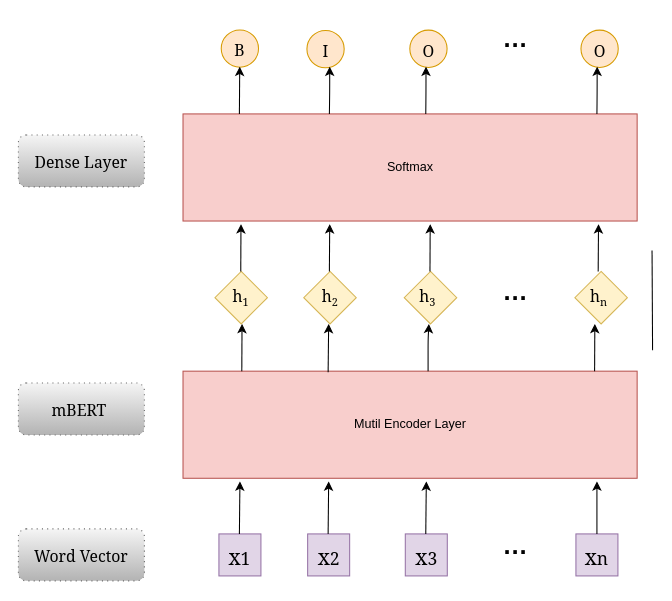
The draw.io diagram BiLSTM-CRF.drawio in yhx123hero/CyberspaceSecurity_NER, before the edit. Source tidied: cells renumbered, new cells numbered last; positions are measured from the earlier drawing's top-left corner, leaving out a move shared by most shapes. Both pictures are drawn from the tidied source at 105%, with x=0, y=0 at pixel (18, 18).
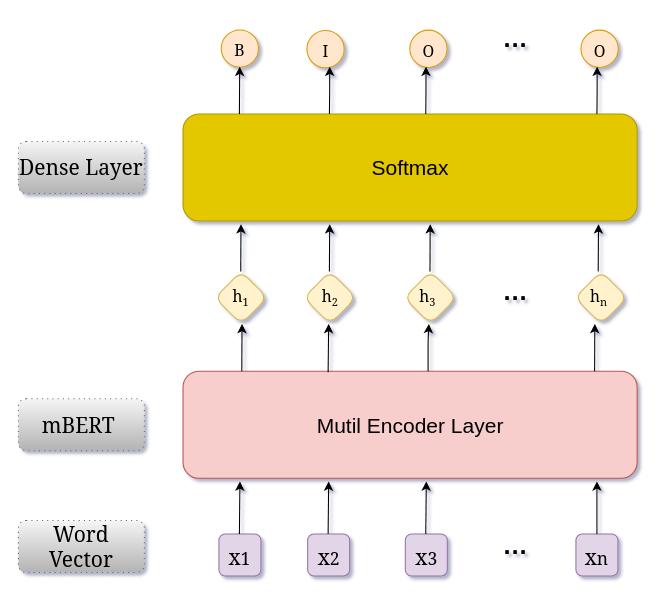
Above is the later version.

What changed in the source:
```diff
@@
-<mxGraphModel>
+<mxGraphModel shadow="1">
@@
-    <mxCell id="2" value="Mutil Encoder Layer" style="rounded=0;whiteSpace=wrap;html=1;fillColor=#f8cecc;strokeColor=#b85450;" parent="1" vertex="1">
+    <mxCell id="2" value="&lt;font style=&quot;font-size: 20px&quot;&gt;Mutil Encoder Layer&lt;/font&gt;" style="whiteSpace=wrap;html=1;fillColor=#f8cecc;strokeColor=#b85450;rounded=1;" parent="1" vertex="1">
       <mxGeometry x="156.8" y="336" width="432.5" height="102" as="geometry" />
     </mxCell>
-    <mxCell id="3" style="whiteSpace=wrap;html=1;labelBackgroundColor=none;fontFamily=Georgia;fontSize=20;fillColor=#e1d5e7;strokeColor=#9673a6;" parent="1" vertex="1">
+    <mxCell id="3" style="whiteSpace=wrap;html=1;labelBackgroundColor=none;fontFamily=Georgia;fontSize=20;fillColor=#e1d5e7;strokeColor=#9673a6;rounded=1;" parent="1" vertex="1">
       <mxGeometry x="191" y="491" width="40" height="40" as="geometry" />
     </mxCell>
-    <mxCell id="4" value="&lt;sub&gt;&lt;span style=&quot;font-size: 20px&quot;&gt;x&lt;/span&gt;1&lt;/sub&gt;" style="text;html=1;strokeColor=none;fillColor=none;align=center;verticalAlign=middle;whiteSpace=wrap;rounded=0;labelBackgroundColor=none;fontFamily=Georgia;fontSize=20;" parent="1" vertex="1">
+    <mxCell id="4" value="&lt;sub&gt;&lt;span style=&quot;font-size: 20px&quot;&gt;x&lt;/span&gt;1&lt;/sub&gt;" style="text;html=1;strokeColor=none;fillColor=none;align=center;verticalAlign=middle;whiteSpace=wrap;labelBackgroundColor=none;fontFamily=Georgia;fontSize=20;rounded=1;" parent="1" vertex="1">
       <mxGeometry x="191" y="501" width="40" height="20" as="geometry" />
     </mxCell>
-    <mxCell id="5" style="whiteSpace=wrap;html=1;labelBackgroundColor=none;fontFamily=Georgia;fontSize=20;fillColor=#e1d5e7;strokeColor=#9673a6;" parent="1" vertex="1">
+    <mxCell id="5" style="whiteSpace=wrap;html=1;labelBackgroundColor=none;fontFamily=Georgia;fontSize=20;fillColor=#e1d5e7;strokeColor=#9673a6;rounded=1;" parent="1" vertex="1">
       <mxGeometry x="275.5" y="491" width="40" height="40" as="geometry" />
     </mxCell>
-    <mxCell id="6" value="&lt;sub&gt;&lt;span style=&quot;font-size: 20px&quot;&gt;x&lt;/span&gt;&lt;span style=&quot;font-size: 16.6667px&quot;&gt;2&lt;/span&gt;&lt;/sub&gt;" style="text;html=1;strokeColor=none;fillColor=none;align=center;verticalAlign=middle;whiteSpace=wrap;rounded=0;labelBackgroundColor=none;fontFamily=Georgia;fontSize=20;" parent="1" vertex="1">
+    <mxCell id="6" value="&lt;sub&gt;&lt;span style=&quot;font-size: 20px&quot;&gt;x&lt;/span&gt;&lt;span style=&quot;font-size: 16.6667px&quot;&gt;2&lt;/span&gt;&lt;/sub&gt;" style="text;html=1;strokeColor=none;fillColor=none;align=center;verticalAlign=middle;whiteSpace=wrap;labelBackgroundColor=none;fontFamily=Georgia;fontSize=20;rounded=1;" parent="1" vertex="1">
       <mxGeometry x="275.5" y="501" width="40" height="20" as="geometry" />
     </mxCell>
-    <mxCell id="7" style="whiteSpace=wrap;html=1;labelBackgroundColor=none;fontFamily=Georgia;fontSize=20;fillColor=#e1d5e7;strokeColor=#9673a6;" parent="1" vertex="1">
+    <mxCell id="7" style="whiteSpace=wrap;html=1;labelBackgroundColor=none;fontFamily=Georgia;fontSize=20;fillColor=#e1d5e7;strokeColor=#9673a6;rounded=1;" parent="1" vertex="1">
       <mxGeometry x="368.5" y="491" width="40" height="40" as="geometry" />
     </mxCell>
-    <mxCell id="8" value="&lt;sub&gt;&lt;span style=&quot;font-size: 20px&quot;&gt;x&lt;/span&gt;&lt;span style=&quot;font-size: 16.6667px&quot;&gt;3&lt;/span&gt;&lt;/sub&gt;" style="text;html=1;strokeColor=none;fillColor=none;align=center;verticalAlign=middle;whiteSpace=wrap;rounded=0;labelBackgroundColor=none;fontFamily=Georgia;fontSize=20;" parent="1" vertex="1">
+    <mxCell id="8" value="&lt;sub&gt;&lt;span style=&quot;font-size: 20px&quot;&gt;x&lt;/span&gt;&lt;span style=&quot;font-size: 16.6667px&quot;&gt;3&lt;/span&gt;&lt;/sub&gt;" style="text;html=1;strokeColor=none;fillColor=none;align=center;verticalAlign=middle;whiteSpace=wrap;labelBackgroundColor=none;fontFamily=Georgia;fontSize=20;rounded=1;" parent="1" vertex="1">
       <mxGeometry x="368.5" y="501" width="40" height="20" as="geometry" />
     </mxCell>
-    <mxCell id="9" style="whiteSpace=wrap;html=1;labelBackgroundColor=none;fontFamily=Georgia;fontSize=20;fillColor=#e1d5e7;strokeColor=#9673a6;" parent="1" vertex="1">
+    <mxCell id="9" style="whiteSpace=wrap;html=1;labelBackgroundColor=none;fontFamily=Georgia;fontSize=20;fillColor=#e1d5e7;strokeColor=#9673a6;rounded=1;" parent="1" vertex="1">
       <mxGeometry x="531" y="491" width="40" height="40" as="geometry" />
     </mxCell>
-    <mxCell id="10" value="&lt;sub&gt;&lt;span style=&quot;font-size: 20px&quot;&gt;x&lt;/span&gt;&lt;span style=&quot;font-size: 16.6667px&quot;&gt;n&lt;/span&gt;&lt;/sub&gt;" style="text;html=1;strokeColor=none;fillColor=none;align=center;verticalAlign=middle;whiteSpace=wrap;rounded=0;labelBackgroundColor=none;fontFamily=Georgia;fontSize=20;" parent="1" vertex="1">
+    <mxCell id="10" value="&lt;sub&gt;&lt;span style=&quot;font-size: 20px&quot;&gt;x&lt;/span&gt;&lt;span style=&quot;font-size: 16.6667px&quot;&gt;n&lt;/span&gt;&lt;/sub&gt;" style="text;html=1;strokeColor=none;fillColor=none;align=center;verticalAlign=middle;whiteSpace=wrap;labelBackgroundColor=none;fontFamily=Georgia;fontSize=20;rounded=1;" parent="1" vertex="1">
       <mxGeometry x="531" y="501" width="40" height="20" as="geometry" />
     </mxCell>
-    <mxCell id="11" value="…" style="text;strokeColor=none;fillColor=none;html=1;fontSize=24;fontStyle=1;verticalAlign=middle;align=center;labelBackgroundColor=none;" parent="1" vertex="1">
+    <mxCell id="11" value="…" style="text;strokeColor=none;fillColor=none;html=1;fontSize=24;fontStyle=1;verticalAlign=middle;align=center;labelBackgroundColor=none;rounded=1;" parent="1" vertex="1">
       <mxGeometry x="423" y="483" width="100" height="40" as="geometry" />
     </mxCell>
-    <mxCell id="12" style="rhombus;whiteSpace=wrap;html=1;labelBackgroundColor=none;fontFamily=Georgia;fontSize=15;fillColor=#fff2cc;strokeColor=#d6b656;" parent="1" vertex="1">
+    <mxCell id="12" style="rhombus;whiteSpace=wrap;html=1;labelBackgroundColor=none;fontFamily=Georgia;fontSize=15;fillColor=#fff2cc;strokeColor=#d6b656;rounded=1;" parent="1" vertex="1">
       <mxGeometry x="187.2" y="241" width="50" height="50" as="geometry" />
     </mxCell>
-    <mxCell id="13" value="h&lt;span style=&quot;font-size: 12.5px&quot;&gt;&lt;sub&gt;1&lt;/sub&gt;&lt;/span&gt;" style="text;html=1;strokeColor=none;fillColor=none;align=center;verticalAlign=middle;whiteSpace=wrap;rounded=0;labelBackgroundColor=none;fontFamily=Georgia;fontSize=15;" parent="1" vertex="1">
+    <mxCell id="13" value="h&lt;span style=&quot;font-size: 12.5px&quot;&gt;&lt;sub&gt;1&lt;/sub&gt;&lt;/span&gt;" style="text;html=1;strokeColor=none;fillColor=none;align=center;verticalAlign=middle;whiteSpace=wrap;labelBackgroundColor=none;fontFamily=Georgia;fontSize=15;rounded=1;" parent="1" vertex="1">
       <mxGeometry x="192.2" y="256" width="40" height="20" as="geometry" />
     </mxCell>
-    <mxCell id="14" style="rhombus;whiteSpace=wrap;html=1;labelBackgroundColor=none;fontFamily=Georgia;fontSize=15;fillColor=#fff2cc;strokeColor=#d6b656;" parent="1" vertex="1">
+    <mxCell id="14" style="rhombus;whiteSpace=wrap;html=1;labelBackgroundColor=none;fontFamily=Georgia;fontSize=15;fillColor=#fff2cc;strokeColor=#d6b656;rounded=1;" parent="1" vertex="1">
       <mxGeometry x="271.8" y="241" width="50" height="50" as="geometry" />
     </mxCell>
-    <mxCell id="15" value="h&lt;span style=&quot;font-size: 12.5px&quot;&gt;&lt;sub&gt;2&lt;/sub&gt;&lt;/span&gt;" style="text;html=1;strokeColor=none;fillColor=none;align=center;verticalAlign=middle;whiteSpace=wrap;rounded=0;labelBackgroundColor=none;fontFamily=Georgia;fontSize=15;" parent="1" vertex="1">
+    <mxCell id="15" value="h&lt;span style=&quot;font-size: 12.5px&quot;&gt;&lt;sub&gt;2&lt;/sub&gt;&lt;/span&gt;" style="text;html=1;strokeColor=none;fillColor=none;align=center;verticalAlign=middle;whiteSpace=wrap;labelBackgroundColor=none;fontFamily=Georgia;fontSize=15;rounded=1;" parent="1" vertex="1">
       <mxGeometry x="276.8" y="256" width="40" height="20" as="geometry" />
     </mxCell>
-    <mxCell id="16" style="rhombus;whiteSpace=wrap;html=1;labelBackgroundColor=none;fontFamily=Georgia;fontSize=15;fillColor=#fff2cc;strokeColor=#d6b656;" parent="1" vertex="1">
+    <mxCell id="16" style="rhombus;whiteSpace=wrap;html=1;labelBackgroundColor=none;fontFamily=Georgia;fontSize=15;fillColor=#fff2cc;strokeColor=#d6b656;rounded=1;" parent="1" vertex="1">
       <mxGeometry x="367.5" y="241" width="50" height="50" as="geometry" />
     </mxCell>
-    <mxCell id="17" value="h&lt;span style=&quot;font-size: 12.5px&quot;&gt;&lt;sub&gt;3&lt;/sub&gt;&lt;/span&gt;" style="text;html=1;strokeColor=none;fillColor=none;align=center;verticalAlign=middle;whiteSpace=wrap;rounded=0;labelBackgroundColor=none;fontFamily=Georgia;fontSize=15;" parent="1" vertex="1">
+    <mxCell id="17" value="h&lt;span style=&quot;font-size: 12.5px&quot;&gt;&lt;sub&gt;3&lt;/sub&gt;&lt;/span&gt;" style="text;html=1;strokeColor=none;fillColor=none;align=center;verticalAlign=middle;whiteSpace=wrap;labelBackgroundColor=none;fontFamily=Georgia;fontSize=15;rounded=1;" parent="1" vertex="1">
       <mxGeometry x="369.8" y="256" width="40" height="20" as="geometry" />
     </mxCell>
-    <mxCell id="18" style="rhombus;whiteSpace=wrap;html=1;labelBackgroundColor=none;fontFamily=Georgia;fontSize=15;fillColor=#fff2cc;strokeColor=#d6b656;" parent="1" vertex="1">
+    <mxCell id="18" style="rhombus;whiteSpace=wrap;html=1;labelBackgroundColor=none;fontFamily=Georgia;fontSize=15;fillColor=#fff2cc;strokeColor=#d6b656;rounded=1;" parent="1" vertex="1">
       <mxGeometry x="530" y="241" width="50" height="50" as="geometry" />
     </mxCell>
-    <mxCell id="19" value="h&lt;span style=&quot;font-size: 12.5px&quot;&gt;&lt;sub&gt;n&lt;/sub&gt;&lt;/span&gt;" style="text;html=1;strokeColor=none;fillColor=none;align=center;verticalAlign=middle;whiteSpace=wrap;rounded=0;labelBackgroundColor=none;fontFamily=Georgia;fontSize=15;" parent="1" vertex="1">
+    <mxCell id="19" value="h&lt;span style=&quot;font-size: 12.5px&quot;&gt;&lt;sub&gt;n&lt;/sub&gt;&lt;/span&gt;" style="text;html=1;strokeColor=none;fillColor=none;align=center;verticalAlign=middle;whiteSpace=wrap;labelBackgroundColor=none;fontFamily=Georgia;fontSize=15;rounded=1;" parent="1" vertex="1">
       <mxGeometry x="532.8" y="256" width="40" height="20" as="geometry" />
     </mxCell>
-    <mxCell id="20" style="ellipse;whiteSpace=wrap;html=1;labelBackgroundColor=none;fontFamily=Georgia;fontSize=15;fillColor=#ffe6cc;strokeColor=#d79b00;" parent="1" vertex="1">
+    <mxCell id="20" style="ellipse;whiteSpace=wrap;html=1;labelBackgroundColor=none;fontFamily=Georgia;fontSize=15;fillColor=#ffe6cc;strokeColor=#d79b00;rounded=1;" parent="1" vertex="1">
       <mxGeometry x="193.2" y="11" width="35.5" height="35.5" as="geometry" />
     </mxCell>
-    <mxCell id="21" value="B" style="text;html=1;strokeColor=none;fillColor=none;align=center;verticalAlign=middle;whiteSpace=wrap;rounded=0;labelBackgroundColor=none;fontFamily=Georgia;fontSize=15;" parent="1" vertex="1">
+    <mxCell id="21" value="B" style="text;html=1;strokeColor=none;fillColor=none;align=center;verticalAlign=middle;whiteSpace=wrap;labelBackgroundColor=none;fontFamily=Georgia;fontSize=15;rounded=1;" parent="1" vertex="1">
       <mxGeometry x="191" y="19.2" width="40" height="20" as="geometry" />
     </mxCell>
-    <mxCell id="22" style="ellipse;whiteSpace=wrap;html=1;labelBackgroundColor=none;fontFamily=Georgia;fontSize=15;fillColor=#ffe6cc;strokeColor=#d79b00;" parent="1" vertex="1">
+    <mxCell id="22" style="ellipse;whiteSpace=wrap;html=1;labelBackgroundColor=none;fontFamily=Georgia;fontSize=15;fillColor=#ffe6cc;strokeColor=#d79b00;rounded=1;" parent="1" vertex="1">
       <mxGeometry x="274.8" y="11.5" width="35.5" height="35.5" as="geometry" />
     </mxCell>
-    <mxCell id="23" value="I" style="text;html=1;strokeColor=none;fillColor=none;align=center;verticalAlign=middle;whiteSpace=wrap;rounded=0;labelBackgroundColor=none;fontFamily=Georgia;fontSize=15;" parent="1" vertex="1">
+    <mxCell id="23" value="I" style="text;html=1;strokeColor=none;fillColor=none;align=center;verticalAlign=middle;whiteSpace=wrap;labelBackgroundColor=none;fontFamily=Georgia;fontSize=15;rounded=1;" parent="1" vertex="1">
       <mxGeometry x="272.5" y="19.8" width="40" height="20" as="geometry" />
     </mxCell>
-    <mxCell id="24" style="ellipse;whiteSpace=wrap;html=1;labelBackgroundColor=none;fontFamily=Georgia;fontSize=15;fillColor=#ffe6cc;strokeColor=#d79b00;" parent="1" vertex="1">
+    <mxCell id="24" style="ellipse;whiteSpace=wrap;html=1;labelBackgroundColor=none;fontFamily=Georgia;fontSize=15;fillColor=#ffe6cc;strokeColor=#d79b00;rounded=1;" parent="1" vertex="1">
       <mxGeometry x="372.8" y="11.2" width="35.5" height="35.5" as="geometry" />
     </mxCell>
-    <mxCell id="25" value="O" style="text;html=1;strokeColor=none;fillColor=none;align=center;verticalAlign=middle;whiteSpace=wrap;rounded=0;labelBackgroundColor=none;fontFamily=Georgia;fontSize=15;" parent="1" vertex="1">
+    <mxCell id="25" value="O" style="text;html=1;strokeColor=none;fillColor=none;align=center;verticalAlign=middle;whiteSpace=wrap;labelBackgroundColor=none;fontFamily=Georgia;fontSize=15;rounded=1;" parent="1" vertex="1">
       <mxGeometry x="370.5" y="19.5" width="40" height="20" as="geometry" />
     </mxCell>
-    <mxCell id="26" style="ellipse;whiteSpace=wrap;html=1;labelBackgroundColor=none;fontFamily=Georgia;fontSize=15;fillColor=#ffe6cc;strokeColor=#d79b00;" parent="1" vertex="1">
+    <mxCell id="26" style="ellipse;whiteSpace=wrap;html=1;labelBackgroundColor=none;fontFamily=Georgia;fontSize=15;fillColor=#ffe6cc;strokeColor=#d79b00;rounded=1;" parent="1" vertex="1">
       <mxGeometry x="535.8" y="11.2" width="35.5" height="35.5" as="geometry" />
     </mxCell>
-    <mxCell id="27" value="O" style="text;html=1;strokeColor=none;fillColor=none;align=center;verticalAlign=middle;whiteSpace=wrap;rounded=0;labelBackgroundColor=none;fontFamily=Georgia;fontSize=15;" parent="1" vertex="1">
+    <mxCell id="27" value="O" style="text;html=1;strokeColor=none;fillColor=none;align=center;verticalAlign=middle;whiteSpace=wrap;labelBackgroundColor=none;fontFamily=Georgia;fontSize=15;rounded=1;" parent="1" vertex="1">
       <mxGeometry x="533.5" y="19.5" width="40" height="20" as="geometry" />
     </mxCell>
-    <mxCell id="28" value="mBERT&amp;nbsp;" style="shape=ext;rounded=1;html=1;whiteSpace=wrap;dashed=1;dashPattern=1 4;labelBackgroundColor=none;fontFamily=Georgia;fontSize=15;fillColor=#f5f5f5;strokeColor=#666666;gradientColor=#b3b3b3;" parent="1" vertex="1">
-      <mxGeometry y="347.2" width="120" height="49.5" as="geometry" />
+    <mxCell id="28" value="&lt;font style=&quot;font-size: 20px&quot;&gt;mBERT&amp;nbsp;&lt;/font&gt;" style="shape=ext;html=1;whiteSpace=wrap;dashed=1;dashPattern=1 4;labelBackgroundColor=none;fontFamily=Georgia;fontSize=15;fillColor=#f5f5f5;strokeColor=#666666;gradientColor=#b3b3b3;rounded=1;" parent="1" vertex="1">
+      <mxGeometry y="362.2" width="120" height="49.5" as="geometry" />
     </mxCell>
-    <mxCell id="29" value="Word Vector" style="shape=ext;rounded=1;html=1;whiteSpace=wrap;dashed=1;dashPattern=1 4;labelBackgroundColor=none;fontFamily=Georgia;fontSize=15;fillColor=#f5f5f5;strokeColor=#666666;gradientColor=#b3b3b3;" parent="1" vertex="1">
-      <mxGeometry y="486.2" width="120" height="49.5" as="geometry" />
+    <mxCell id="29" value="&lt;font style=&quot;font-size: 20px&quot;&gt;Word Vector&lt;/font&gt;" style="shape=ext;html=1;whiteSpace=wrap;dashed=1;dashPattern=1 4;labelBackgroundColor=none;fontFamily=Georgia;fontSize=15;fillColor=#f5f5f5;strokeColor=#666666;gradientColor=#b3b3b3;rounded=1;" parent="1" vertex="1">
+      <mxGeometry y="478.2" width="120" height="49.5" as="geometry" />
     </mxCell>
-    <mxCell id="30" value="…" style="text;strokeColor=none;fillColor=none;html=1;fontSize=24;fontStyle=1;verticalAlign=middle;align=center;labelBackgroundColor=none;" parent="1" vertex="1">
+    <mxCell id="30" value="…" style="text;strokeColor=none;fillColor=none;html=1;fontSize=24;fontStyle=1;verticalAlign=middle;align=center;labelBackgroundColor=none;rounded=1;" parent="1" vertex="1">
       <mxGeometry x="423" y="-0.2" width="100" height="40" as="geometry" />
     </mxCell>
-    <mxCell id="31" value="…" style="text;strokeColor=none;fillColor=none;html=1;fontSize=24;fontStyle=1;verticalAlign=middle;align=center;labelBackgroundColor=none;" parent="1" vertex="1">
+    <mxCell id="31" value="…" style="text;strokeColor=none;fillColor=none;html=1;fontSize=24;fontStyle=1;verticalAlign=middle;align=center;labelBackgroundColor=none;rounded=1;" parent="1" vertex="1">
       <mxGeometry x="423" y="241" width="100" height="40" as="geometry" />
     </mxCell>
-    <mxCell id="32" style="endArrow=none;html=1;" parent="1" edge="1">
-      <mxGeometry relative="1" as="geometry">
-        <mxPoint x="604" y="316" as="sourcePoint" />
-        <mxPoint x="603.5" y="221" as="targetPoint" />
-      </mxGeometry>
-    </mxCell>
@@
-    <mxCell id="41" value="Softmax" style="rounded=0;whiteSpace=wrap;html=1;fillColor=#f8cecc;strokeColor=#b85450;" parent="1" vertex="1">
+    <mxCell id="41" value="&lt;font color=&quot;#000000&quot; style=&quot;font-size: 20px&quot;&gt;Softmax&lt;/font&gt;" style="whiteSpace=wrap;html=1;fillColor=#e3c800;strokeColor=#B09500;fontColor=#ffffff;rounded=1;" parent="1" vertex="1">
       <mxGeometry x="156.8" y="91" width="432.5" height="102" as="geometry" />
     </mxCell>
-    <mxCell id="42" value="Dense Layer" style="shape=ext;rounded=1;html=1;whiteSpace=wrap;dashed=1;dashPattern=1 4;labelBackgroundColor=none;fontFamily=Georgia;fontSize=15;fillColor=#f5f5f5;strokeColor=#666666;gradientColor=#b3b3b3;" parent="1" vertex="1">
-      <mxGeometry y="111" width="120" height="49.5" as="geometry" />
+    <mxCell id="42" value="&lt;font style=&quot;font-size: 20px&quot;&gt;Dense Layer&lt;/font&gt;" style="shape=ext;html=1;whiteSpace=wrap;dashed=1;dashPattern=1 4;labelBackgroundColor=none;fontFamily=Georgia;fontSize=15;fillColor=#f5f5f5;strokeColor=#666666;gradientColor=#b3b3b3;rounded=1;" parent="1" vertex="1">
+      <mxGeometry y="117.2" width="120" height="49.5" as="geometry" />
     </mxCell>
```
